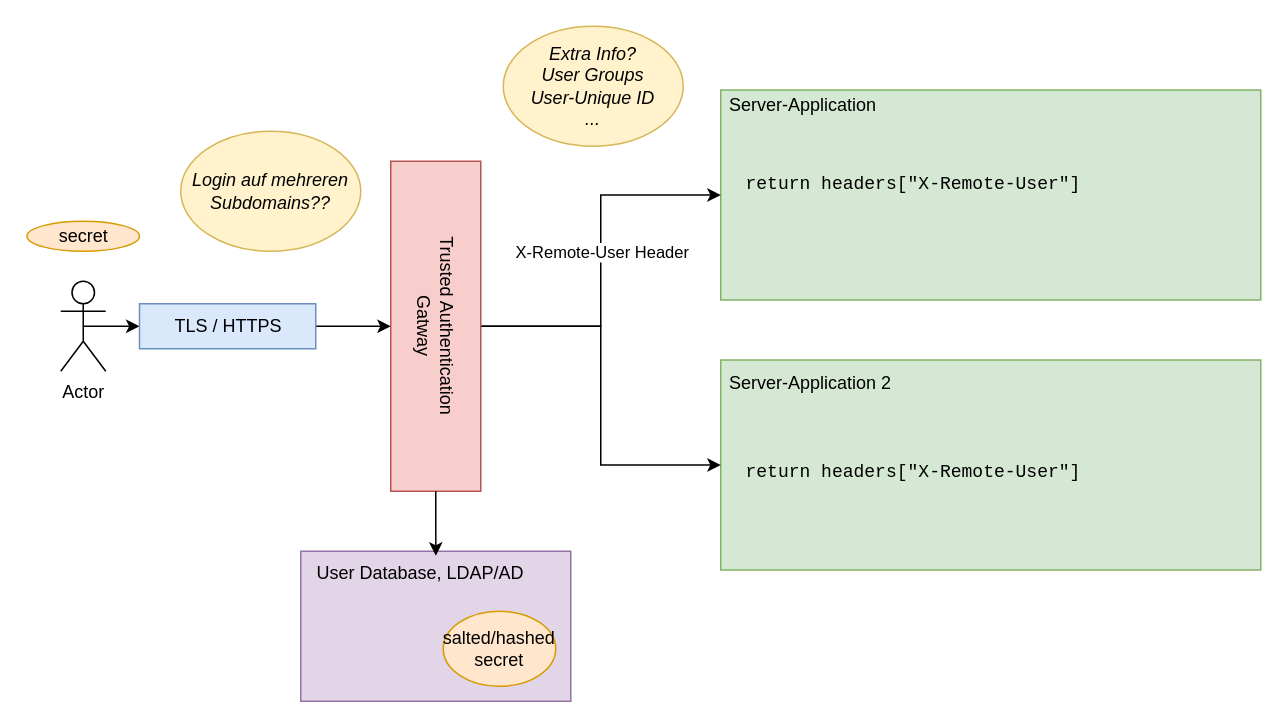
The draw.io diagram single-sign-on-magic/8_probleme_trusted_gate.drawio in FAUSheppy/lightning-talks, before the edit. Source tidied: cells renumbered, new cells numbered last; positions are measured from the earlier drawing's top-left corner, leaving out a move shared by most shapes. Both pictures are drawn from the tidied source at 150%, with x=0, y=0 at pixel (27, 26).
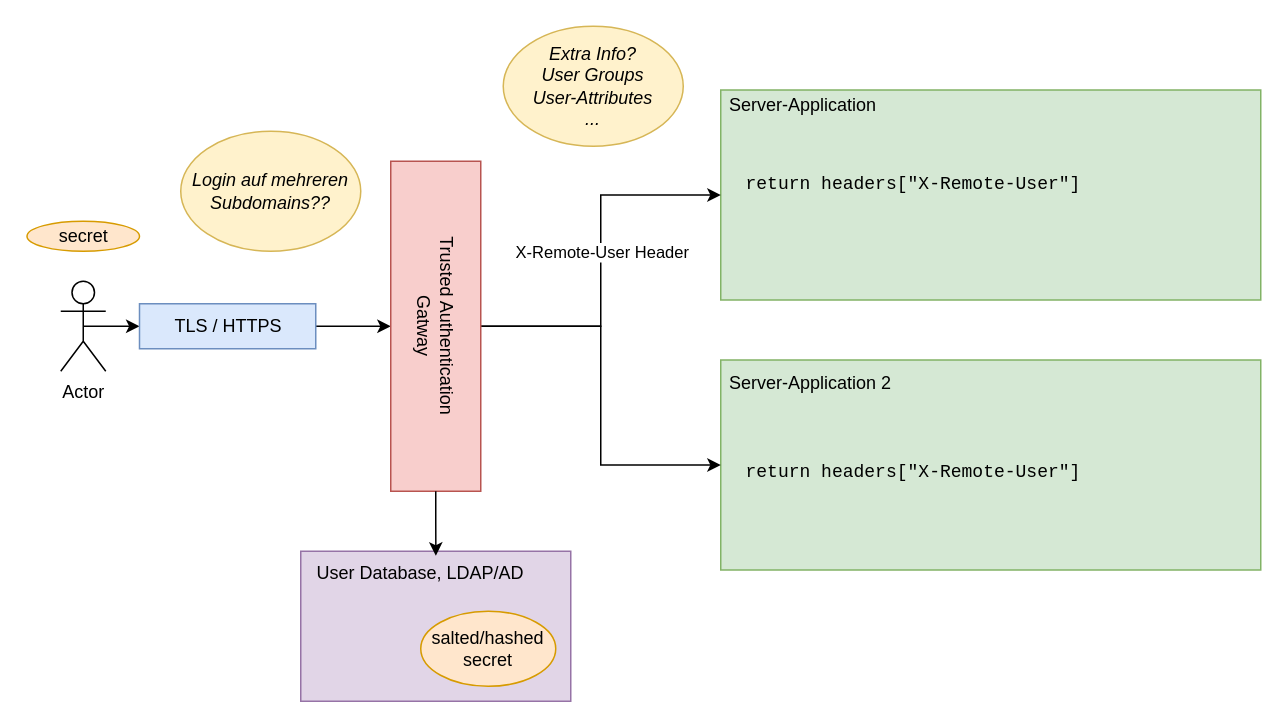
The same diagram, later.

Diff of the diagram source:
```diff
@@
     <mxCell id="13" value="salted/hashed&lt;br&gt;secret" style="ellipse;whiteSpace=wrap;html=1;fillColor=#ffe6cc;strokeColor=#d79b00;" parent="1" vertex="1">
-      <mxGeometry x="277" y="390" width="75" height="50" as="geometry" />
+      <mxGeometry x="262" y="390" width="90" height="50" as="geometry" />
     </mxCell>
@@
-    <mxCell id="23" value="&lt;div&gt;Extra Info?&lt;/div&gt;&lt;div&gt;User Groups&lt;br&gt;User-Unique ID&lt;br&gt;...&lt;br&gt;&lt;/div&gt;" style="ellipse;whiteSpace=wrap;html=1;fillColor=#fff2cc;strokeColor=#d6b656;fontStyle=2;" parent="1" vertex="1">
+    <mxCell id="23" value="&lt;div&gt;Extra Info?&lt;/div&gt;&lt;div&gt;User Groups&lt;br&gt;User-Attributes&lt;br&gt;...&lt;br&gt;&lt;/div&gt;" style="ellipse;whiteSpace=wrap;html=1;fillColor=#fff2cc;strokeColor=#d6b656;fontStyle=2;" parent="1" vertex="1">
       <mxGeometry x="317" width="120" height="80" as="geometry" />
     </mxCell>
```
